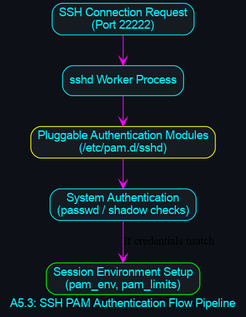
Earlier version of the Graphviz export diagrams/compilations/pipeline_ssh_pam_auth.png (danindiana/hybrid-framework). Its source is kept beside it as diagrams/compilations/pipeline_ssh_pam_auth.dot.
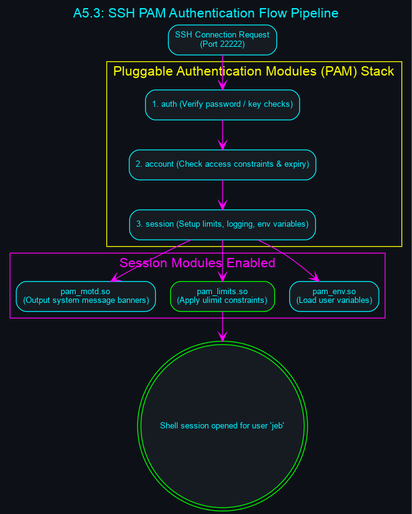
Later version of the same file.

What changed in the source:
```diff
@@ -1,16 +1,35 @@
 digraph PipeSSHPAM {
-        graph [bgcolor="#0d1117", fontname="Helvetica", fontcolor="#00f2ff", label="A5.3: SSH PAM Authentication Flow Pipeline"];
-        node [shape=box, style="filled,rounded", color="#00f2ff", fontcolor="#00f2ff", fillcolor="#161b22", fontname="Helvetica"];
-        edge [color="#ff00ff", arrowhead=vee];
+        graph [bgcolor="#0d1117", fontname="Helvetica", fontcolor="#00f2ff", label="A5.3: SSH PAM Authentication Flow Pipeline", labelloc="t", fontsize=16];
+        node [shape=box, style="filled,rounded", color="#00f2ff", fontcolor="#00f2ff", fillcolor="#161b22", fontname="Helvetica", fontsize=10];
+        edge [color="#ff00ff", arrowhead=vee, fontname="Helvetica", fontsize=9];
 
-        Login_Request [label="SSH Connection Request\n(Port 22222)"];
-        SSHD_Process [label="sshd Worker Process"];
-        PAM_Stack [label="Pluggable Authentication Modules\n(/etc/pam.d/sshd)", color="#ffff00"];
-        Sys_Auth [label="System Authentication\n(passwd / shadow checks)"];
-        Env_Init [label="Session Environment Setup\n(pam_env, pam_limits)", color="#00ff00"];
+        subgraph cluster_pam_stack {
+            label = "Pluggable Authentication Modules (PAM) Stack";
+            color = "#ffff00";
+            fontcolor = "#ffff00";
+            PAM_Auth [label="1. auth (Verify password / key checks)"];
+            PAM_Account [label="2. account (Check access constraints & expiry)"];
+            PAM_Session [label="3. session (Setup limits, logging, env variables)"];
 
-        Login_Request -> SSHD_Process;
-        SSHD_Process -> PAM_Stack;
-        PAM_Stack -> Sys_Auth;
-        Sys_Auth -> Env_Init [label="If credentials match"];
+            PAM_Auth -> PAM_Account;
+            PAM_Account -> PAM_Session;
+        }
+
+        subgraph cluster_pam_env {
+            label = "Session Modules Enabled";
+            color = "#ff00ff";
+            fontcolor = "#ff00ff";
+            Pam_Env [label="pam_env.so\n(Load user variables)"];
+            Pam_Limits [label="pam_limits.so\n(Apply ulimit constraints)", color="#00ff00"];
+            Pam_Motd [label="pam_motd.so\n(Output system message banners)"];
+        }
+
+        SSH_Connect [label="SSH Connection Request\n(Port 22222)"];
+        Shell_Open [label="Shell session opened for user 'jeb'", color="#00ff00", shape=doublecircle];
+
+        SSH_Connect -> PAM_Auth;
+        PAM_Session -> Pam_Env;
+        PAM_Session -> Pam_Limits;
+        PAM_Session -> Pam_Motd;
+        Pam_Limits -> Shell_Open;
     }
```
